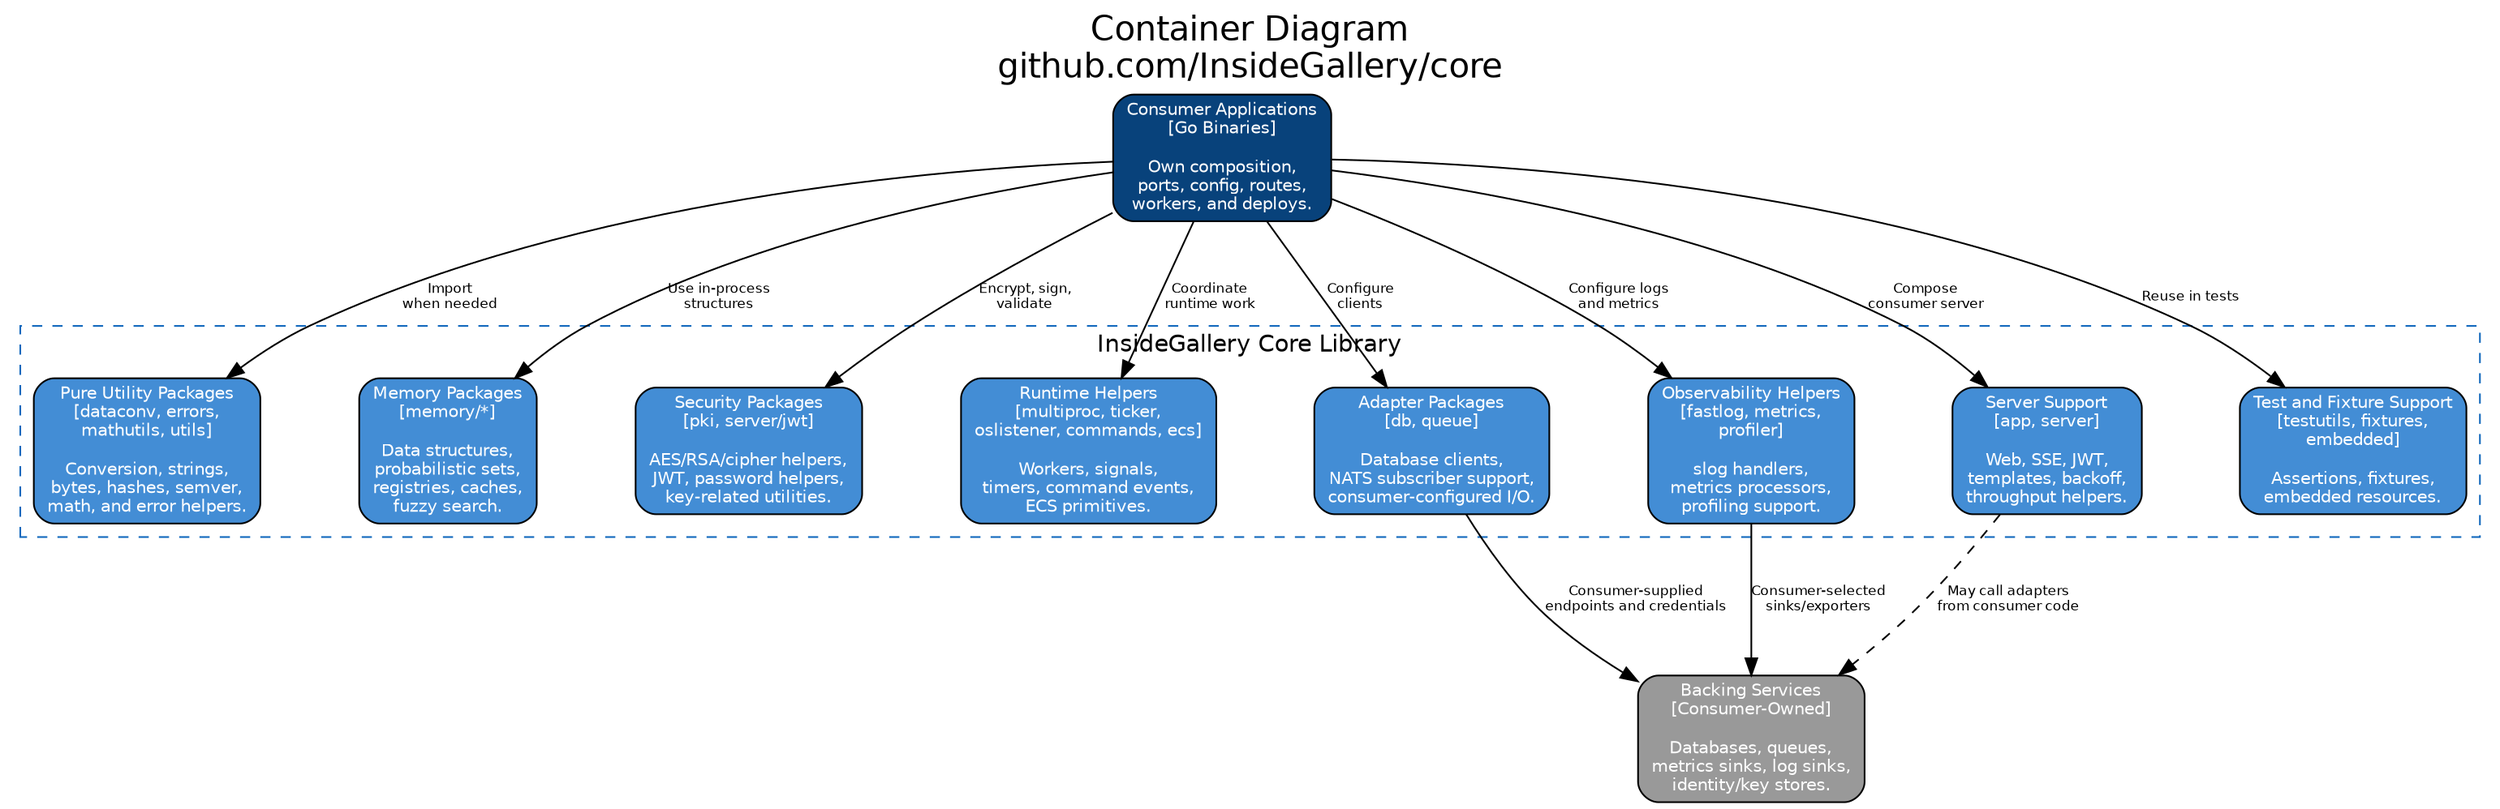
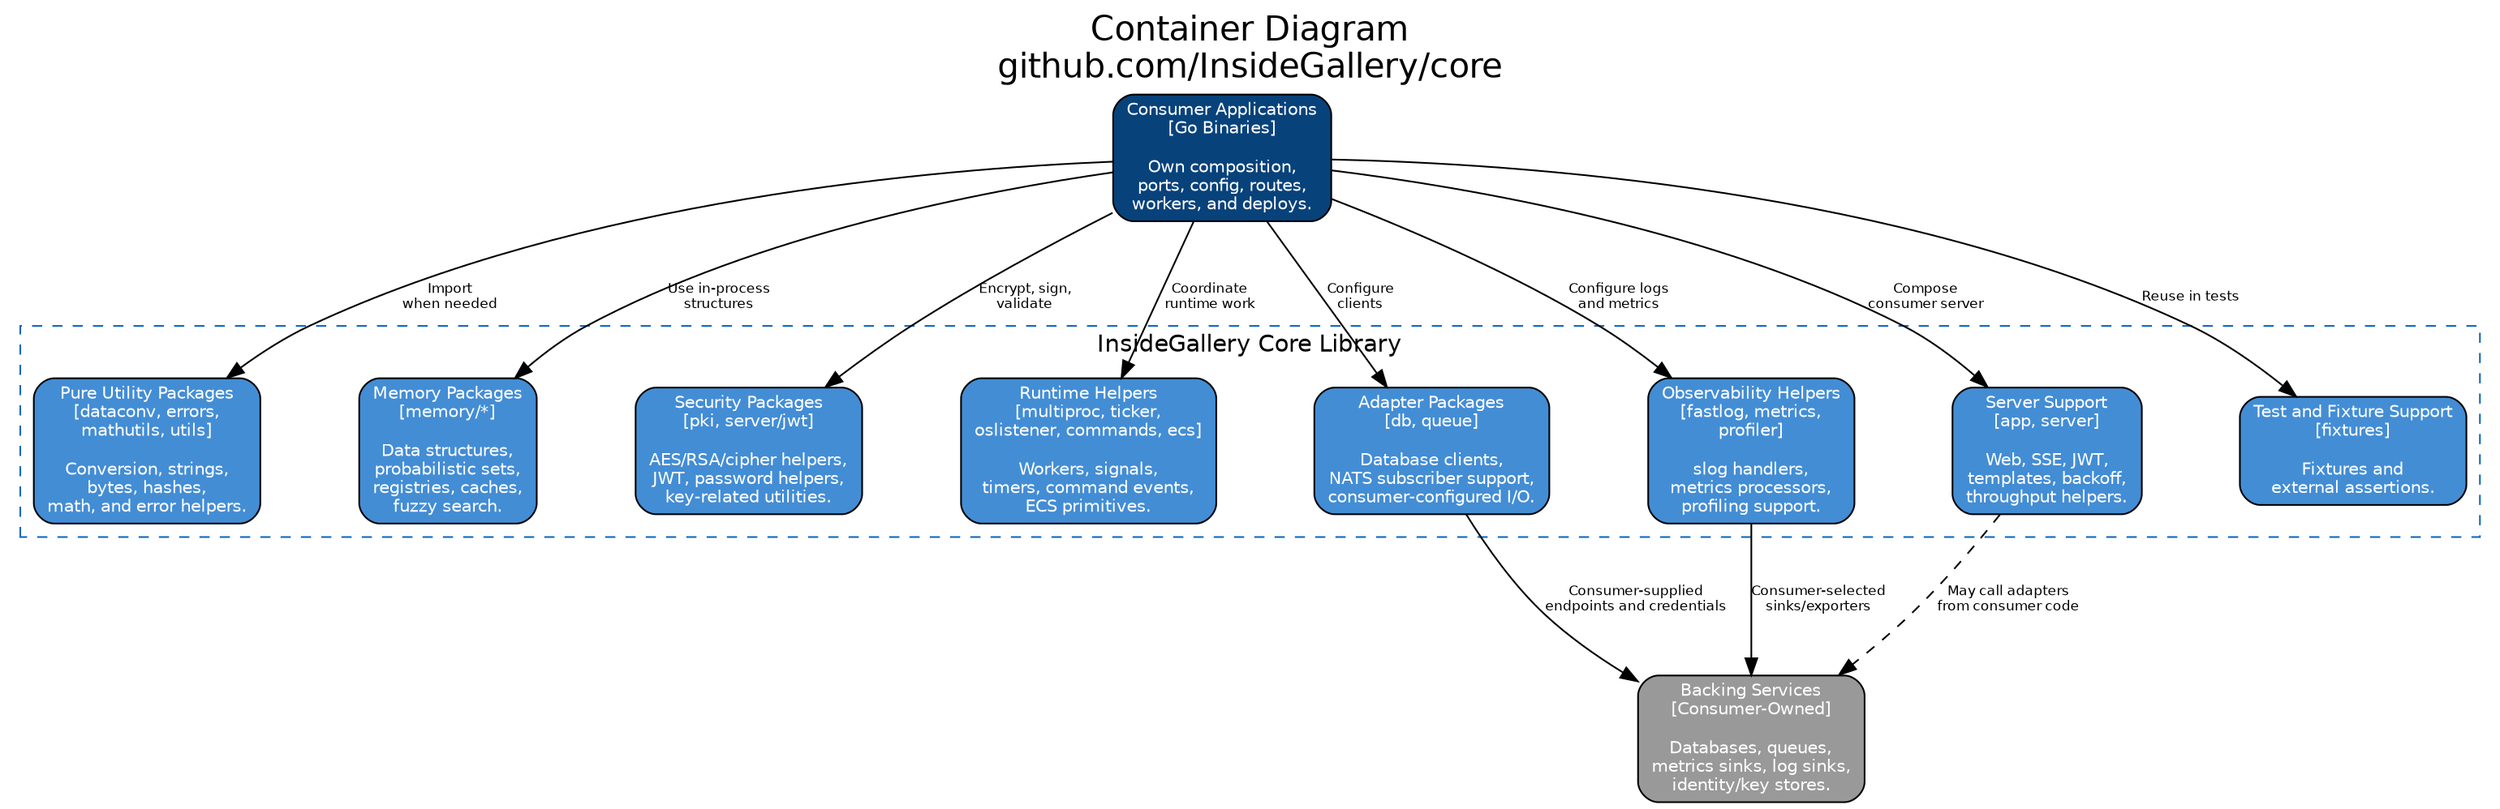
digraph C4_Container {
    graph [
        label="Container Diagram\ngithub.com/InsideGallery/core"
        labelloc=t
        fontsize=20
        fontname="Helvetica"
        rankdir=TB
        compound=true
        nodesep=0.8
        ranksep=1.0
    ]
    node [shape=box style="filled,rounded" fontname="Helvetica" fontsize=10]
    edge [fontname="Helvetica" fontsize=8]

    consumer_apps [
        label="Consumer Applications\n[Go Binaries]\n\nOwn composition,\nports, config, routes,\nworkers, and deploys."
        fillcolor="#08427B" fontcolor=white
    ]
    backing_services [
        label="Backing Services\n[Consumer-Owned]\n\nDatabases, queues,\nmetrics sinks, log sinks,\nidentity/key stores."
        fillcolor="#999999" fontcolor=white
    ]

    subgraph cluster_core {
        label="InsideGallery Core Library"
        style=dashed
        color="#1168BD"
        fontname="Helvetica"
        fontsize=14

        pure_helpers [
-             label="Pure Utility Packages\n[dataconv, errors,\nmathutils, utils]\n\nConversion, strings,\nbytes, hashes, semver,\nmath, and error helpers."
+             label="Pure Utility Packages\n[dataconv, errors,\nmathutils, utils]\n\nConversion, strings,\nbytes, hashes,\nmath, and error helpers."
            fillcolor="#438DD5" fontcolor=white
        ]
        memory [
            label="Memory Packages\n[memory/*]\n\nData structures,\nprobabilistic sets,\nregistries, caches,\nfuzzy search."
            fillcolor="#438DD5" fontcolor=white
        ]
        security [
            label="Security Packages\n[pki, server/jwt]\n\nAES/RSA/cipher helpers,\nJWT, password helpers,\nkey-related utilities."
            fillcolor="#438DD5" fontcolor=white
        ]
        runtime [
            label="Runtime Helpers\n[multiproc, ticker,\noslistener, commands, ecs]\n\nWorkers, signals,\ntimers, command events,\nECS primitives."
            fillcolor="#438DD5" fontcolor=white
        ]
        adapters [
            label="Adapter Packages\n[db, queue]\n\nDatabase clients,\nNATS subscriber support,\nconsumer-configured I/O."
            fillcolor="#438DD5" fontcolor=white
        ]
        observability [
            label="Observability Helpers\n[fastlog, metrics,\nprofiler]\n\nslog handlers,\nmetrics processors,\nprofiling support."
            fillcolor="#438DD5" fontcolor=white
        ]
        server_support [
            label="Server Support\n[app, server]\n\nWeb, SSE, JWT,\ntemplates, backoff,\nthroughput helpers."
            fillcolor="#438DD5" fontcolor=white
        ]
        tests [
-             label="Test and Fixture Support\n[testutils, fixtures,\nembedded]\n\nAssertions, fixtures,\nembedded resources."
+             label="Test and Fixture Support\n[fixtures]\n\nFixtures and\nexternal assertions."
            fillcolor="#438DD5" fontcolor=white
        ]
    }

    consumer_apps -> pure_helpers [label="Import\nwhen needed"]
    consumer_apps -> memory [label="Use in-process\nstructures"]
    consumer_apps -> security [label="Encrypt, sign,\nvalidate"]
    consumer_apps -> runtime [label="Coordinate\nruntime work"]
    consumer_apps -> adapters [label="Configure\nclients"]
    consumer_apps -> observability [label="Configure logs\nand metrics"]
    consumer_apps -> server_support [label="Compose\nconsumer server"]
    consumer_apps -> tests [label="Reuse in tests"]

    adapters -> backing_services [label="Consumer-supplied\nendpoints and credentials"]
    observability -> backing_services [label="Consumer-selected\nsinks/exporters"]
    server_support -> backing_services [label="May call adapters\nfrom consumer code" style=dashed]
}
